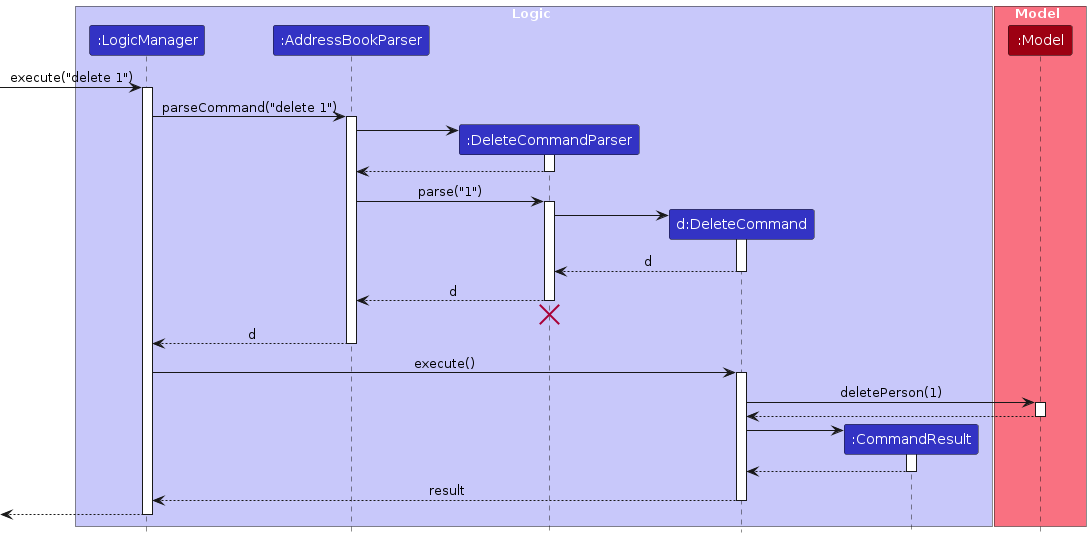
Above: diagrams/DeleteSequenceDiagram.png in samuelim01/tp (PlantUML), before the change. Its source is kept beside it as diagrams/DeleteSequenceDiagram.puml.
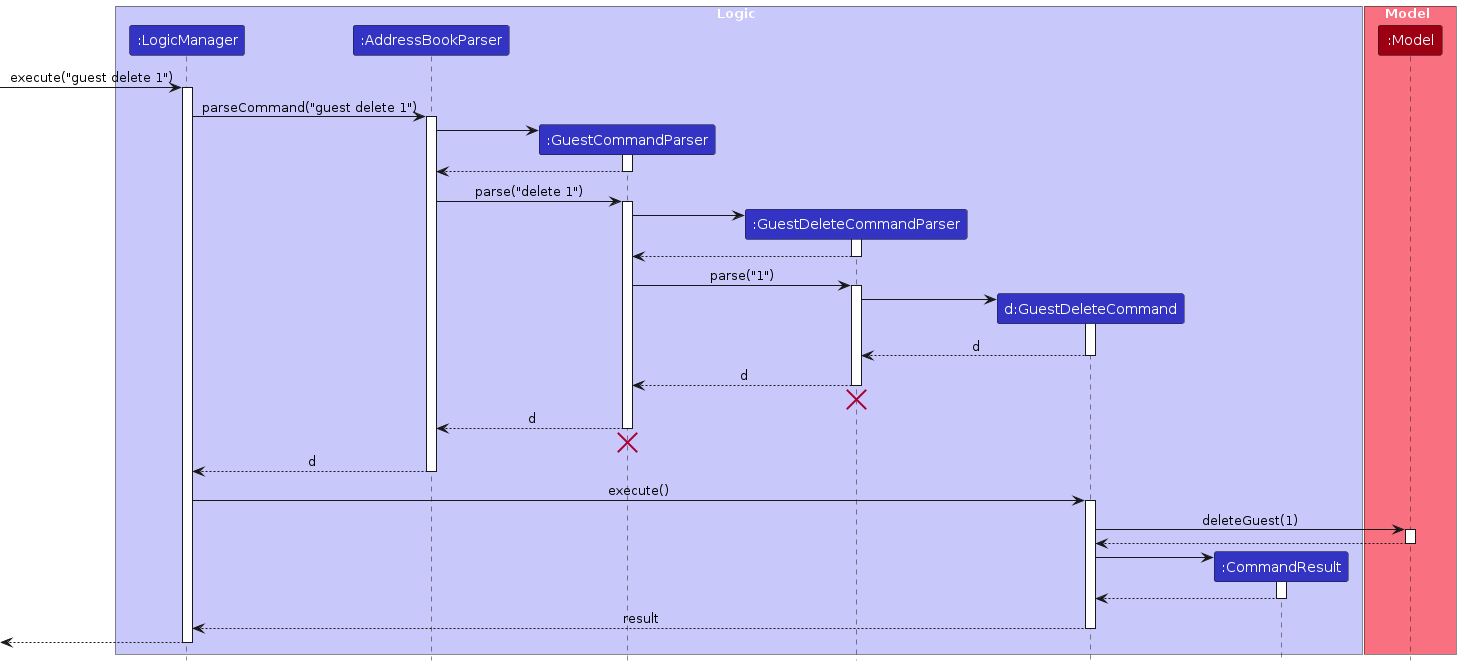
Later version of the same file.

The edit, as a diff of the source:
```diff
@@ -5,8 +5,9 @@
 box Logic LOGIC_COLOR_T1
 participant ":LogicManager" as LogicManager LOGIC_COLOR
 participant ":AddressBookParser" as AddressBookParser LOGIC_COLOR
-participant ":DeleteCommandParser" as DeleteCommandParser LOGIC_COLOR
-participant "d:DeleteCommand" as DeleteCommand LOGIC_COLOR
+participant ":GuestCommandParser" as GuestCommandParser LOGIC_COLOR
+participant ":GuestDeleteCommandParser" as GuestDeleteCommandParser LOGIC_COLOR
+participant "d:GuestDeleteCommand" as GuestDeleteCommand LOGIC_COLOR
 participant ":CommandResult" as CommandResult LOGIC_COLOR
 end box
 
@@ -14,55 +15,70 @@
 participant ":Model" as Model MODEL_COLOR
 end box
 
-[-> LogicManager : execute("delete 1")
+[-> LogicManager : execute("guest delete 1")
 activate LogicManager
 
-LogicManager -> AddressBookParser : parseCommand("delete 1")
+LogicManager -> AddressBookParser : parseCommand("guest delete 1")
 activate AddressBookParser
 
-create DeleteCommandParser
-AddressBookParser -> DeleteCommandParser
-activate DeleteCommandParser
+create GuestCommandParser
+AddressBookParser -> GuestCommandParser
+activate GuestCommandParser
 
-DeleteCommandParser --> AddressBookParser
-deactivate DeleteCommandParser
+GuestCommandParser --> AddressBookParser
+deactivate GuestCommandParser
 
-AddressBookParser -> DeleteCommandParser : parse("1")
-activate DeleteCommandParser
+AddressBookParser -> GuestCommandParser : parse("delete 1")
+activate GuestCommandParser
 
-create DeleteCommand
-DeleteCommandParser -> DeleteCommand
-activate DeleteCommand
+create GuestDeleteCommandParser
+GuestCommandParser -> GuestDeleteCommandParser
+activate GuestDeleteCommandParser
 
-DeleteCommand --> DeleteCommandParser : d
-deactivate DeleteCommand
+GuestDeleteCommandParser --> GuestCommandParser
+deactivate GuestDeleteCommandParser
 
-DeleteCommandParser --> AddressBookParser : d
-deactivate DeleteCommandParser
-DeleteCommandParser -[hidden]-> AddressBookParser
-destroy DeleteCommandParser
+GuestCommandParser -> GuestDeleteCommandParser : parse("1")
+activate GuestDeleteCommandParser
+
+create GuestDeleteCommand
+GuestDeleteCommandParser -> GuestDeleteCommand
+activate GuestDeleteCommand
+
+GuestDeleteCommand --> GuestDeleteCommandParser : d
+deactivate GuestDeleteCommand
+
+GuestDeleteCommandParser --> GuestCommandParser : d
+deactivate GuestDeleteCommandParser
+GuestDeleteCommandParser -[hidden]-> GuestCommandParser
+destroy GuestDeleteCommandParser
+
+GuestCommandParser --> AddressBookParser : d
+deactivate GuestCommandParser
+GuestCommandParser -[hidden]-> AddressBookParser
+destroy GuestCommandParser
 
 AddressBookParser --> LogicManager : d
 deactivate AddressBookParser
 
-LogicManager -> DeleteCommand : execute()
-activate DeleteCommand
+LogicManager -> GuestDeleteCommand : execute()
+activate GuestDeleteCommand
 
-DeleteCommand -> Model : deletePerson(1)
+GuestDeleteCommand -> Model : deleteGuest(1)
 activate Model
 
-Model --> DeleteCommand
+Model --> GuestDeleteCommand
 deactivate Model
 
 create CommandResult
-DeleteCommand -> CommandResult
+GuestDeleteCommand -> CommandResult
 activate CommandResult
 
-CommandResult --> DeleteCommand
+CommandResult --> GuestDeleteCommand
 deactivate CommandResult
 
-DeleteCommand --> LogicManager : result
-deactivate DeleteCommand
+GuestDeleteCommand --> LogicManager : result
+deactivate GuestDeleteCommand
 
 [<--LogicManager
 deactivate LogicManager
```
